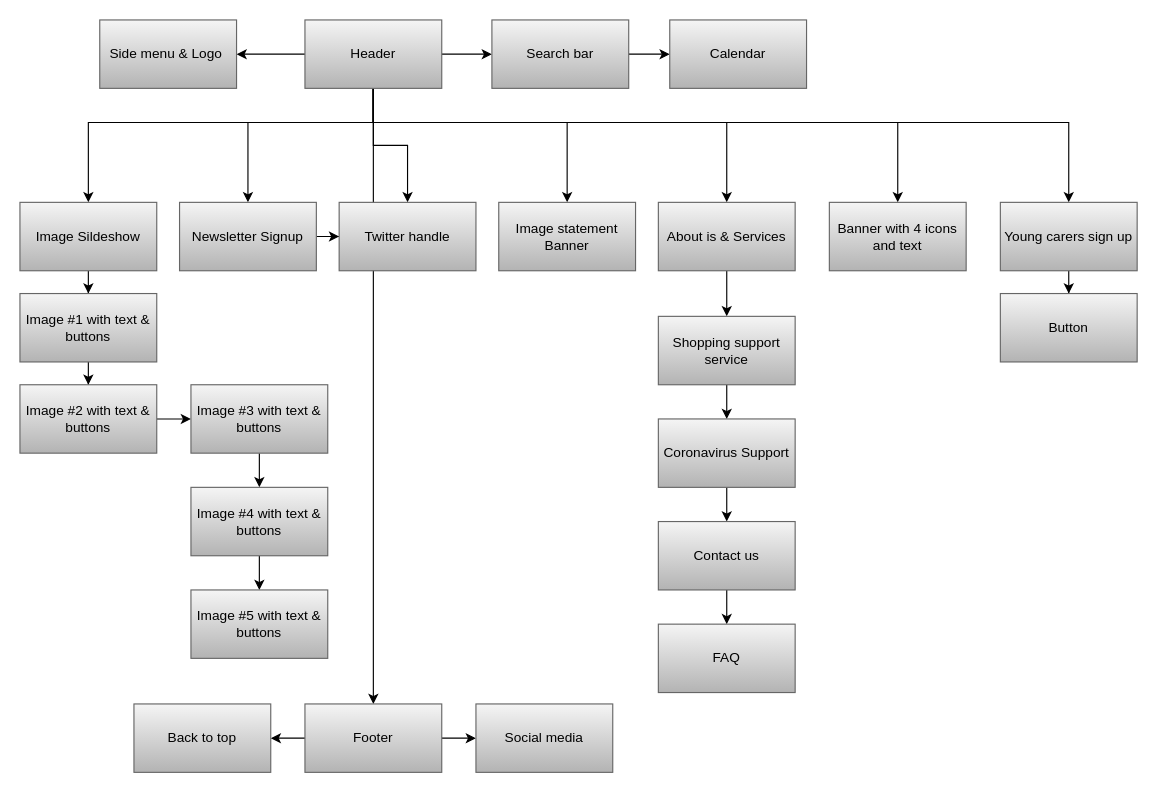
Before: Untitled Diagram.drawio in Wasicool2/timeManager, a draw.io diagram. Source tidied: cells renumbered, new cells numbered last; positions are measured from the earlier drawing's top-left corner, leaving out a move shared by most shapes. Both pictures are drawn from the tidied source at 114%, with x=0, y=0 at pixel (19, 19).
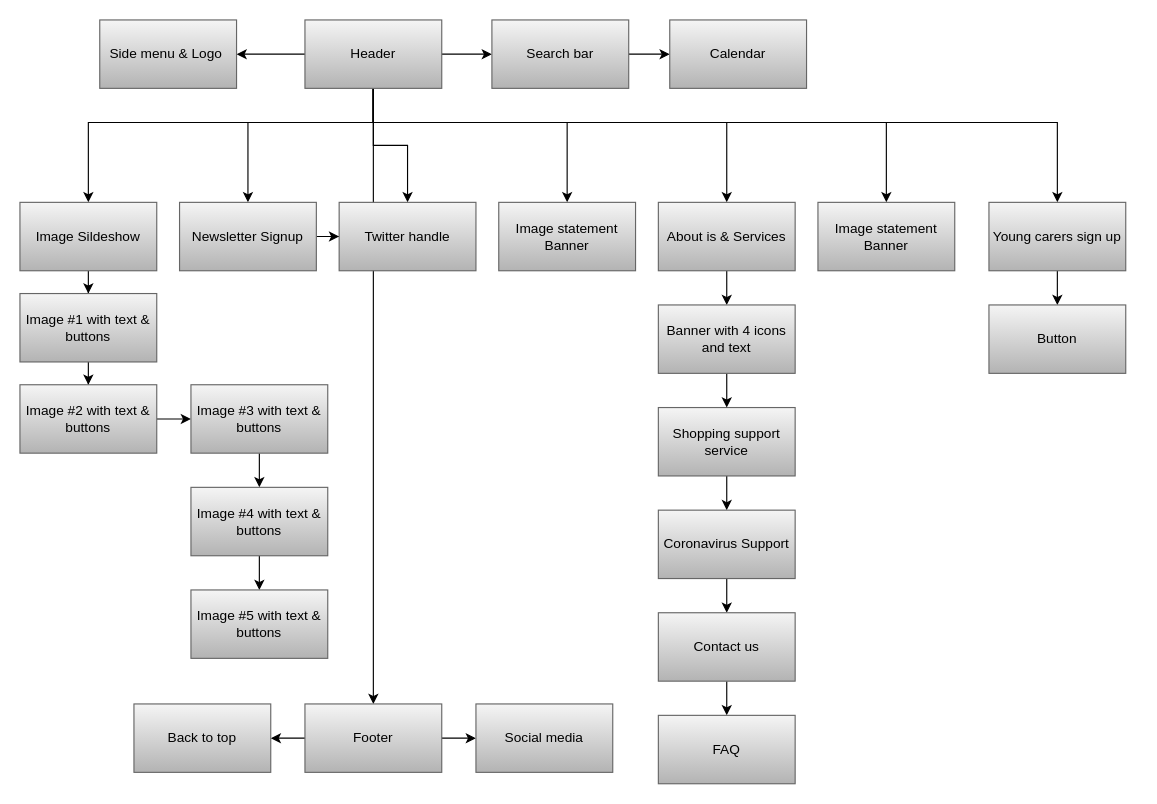
The same diagram, later.

Unchanged cells that the change refers to:
```xml
<mxCell id="12" value="Header" style="rounded=0;whiteSpace=wrap;html=1;fillColor=#f5f5f5;strokeColor=#666666;gradientColor=#b3b3b3;" parent="1" vertex="1">
  <mxGeometry x="250" width="120" height="60" as="geometry" />
</mxCell>
<mxCell id="33" value="About is &amp;amp; Services" style="rounded=0;whiteSpace=wrap;html=1;gradientColor=#b3b3b3;fillColor=#f5f5f5;strokeColor=#666666;" parent="1" vertex="1">
  <mxGeometry x="560" y="160" width="120" height="60" as="geometry" />
</mxCell>
```

Diff of the diagram source:
```diff
@@
-    <mxCell id="10" style="edgeStyle=orthogonalEdgeStyle;rounded=0;jettySize=auto;html=1;entryX=0.5;entryY=0;entryDx=0;entryDy=0;" parent="1" edge="1" source="12" target="46">
-      <mxGeometry relative="1" as="geometry">
-        <Array as="points">
-          <mxPoint x="310" y="90" />
-          <mxPoint x="770" y="90" />
-        </Array>
-      </mxGeometry>
-    </mxCell>
     <mxCell id="11" style="edgeStyle=orthogonalEdgeStyle;rounded=0;jettySize=auto;html=1;entryX=0.5;entryY=0;entryDx=0;entryDy=0;" parent="1" edge="1" source="12" target="48">
       <mxGeometry relative="1" as="geometry">
         <Array as="points">
           <mxPoint x="310" y="90" />
-          <mxPoint x="920" y="90" />
+          <mxPoint x="910" y="90" />
         </Array>
       </mxGeometry>
     </mxCell>
+    <mxCell id="50" style="edgeStyle=orthogonalEdgeStyle;rounded=0;jettySize=auto;html=1;entryX=0.5;entryY=0;entryDx=0;entryDy=0;" parent="1" edge="1" source="12" target="53">
+      <mxGeometry relative="1" as="geometry">
+        <Array as="points">
+          <mxPoint x="310" y="90" />
+          <mxPoint x="760" y="90" />
+        </Array>
+      </mxGeometry>
+    </mxCell>
@@
-    <mxCell id="32" style="edgeStyle=orthogonalEdgeStyle;rounded=0;jettySize=auto;html=1;" parent="1" edge="1" source="33" target="35">
-      <mxGeometry relative="1" as="geometry" />
-    </mxCell>
+    <mxCell id="51" style="edgeStyle=orthogonalEdgeStyle;rounded=0;jettySize=auto;html=1;" parent="1" edge="1" source="33" target="46">
+      <mxGeometry relative="1" as="geometry" />
+    </mxCell>
@@
     <mxCell id="35" value="Shopping support service" style="rounded=0;whiteSpace=wrap;html=1;gradientColor=#b3b3b3;fillColor=#f5f5f5;strokeColor=#666666;" parent="1" vertex="1">
-      <mxGeometry x="560" y="260" width="120" height="60" as="geometry" />
+      <mxGeometry x="560" y="340" width="120" height="60" as="geometry" />
     </mxCell>
@@
     <mxCell id="37" value="Coronavirus Support" style="rounded=0;whiteSpace=wrap;html=1;gradientColor=#b3b3b3;fillColor=#f5f5f5;strokeColor=#666666;" parent="1" vertex="1">
-      <mxGeometry x="560" y="350" width="120" height="60" as="geometry" />
+      <mxGeometry x="560" y="430" width="120" height="60" as="geometry" />
     </mxCell>
@@
     <mxCell id="39" value="Contact us" style="rounded=0;whiteSpace=wrap;html=1;gradientColor=#b3b3b3;fillColor=#f5f5f5;strokeColor=#666666;" parent="1" vertex="1">
-      <mxGeometry x="560" y="440" width="120" height="60" as="geometry" />
+      <mxGeometry x="560" y="520" width="120" height="60" as="geometry" />
     </mxCell>
     <mxCell id="40" value="FAQ" style="rounded=0;whiteSpace=wrap;html=1;gradientColor=#b3b3b3;fillColor=#f5f5f5;strokeColor=#666666;" parent="1" vertex="1">
-      <mxGeometry x="560" y="530" width="120" height="60" as="geometry" />
+      <mxGeometry x="560" y="610" width="120" height="60" as="geometry" />
     </mxCell>
@@
+    <mxCell id="52" style="edgeStyle=orthogonalEdgeStyle;rounded=0;jettySize=auto;html=1;" parent="1" edge="1" source="46" target="35">
+      <mxGeometry relative="1" as="geometry" />
+    </mxCell>
     <mxCell id="46" value="Banner with 4 icons and text" style="rounded=0;whiteSpace=wrap;html=1;gradientColor=#b3b3b3;fillColor=#f5f5f5;strokeColor=#666666;" parent="1" vertex="1">
-      <mxGeometry x="710" y="160" width="120" height="60" as="geometry" />
+      <mxGeometry x="560" y="250" width="120" height="60" as="geometry" />
     </mxCell>
@@
     <mxCell id="48" value="Young carers sign up" style="rounded=0;whiteSpace=wrap;html=1;gradientColor=#b3b3b3;fillColor=#f5f5f5;strokeColor=#666666;" parent="1" vertex="1">
-      <mxGeometry x="860" y="160" width="120" height="60" as="geometry" />
+      <mxGeometry x="850" y="160" width="120" height="60" as="geometry" />
     </mxCell>
     <mxCell id="49" value="Button" style="rounded=0;whiteSpace=wrap;html=1;gradientColor=#b3b3b3;fillColor=#f5f5f5;strokeColor=#666666;" parent="1" vertex="1">
-      <mxGeometry x="860" y="240" width="120" height="60" as="geometry" />
+      <mxGeometry x="850" y="250" width="120" height="60" as="geometry" />
     </mxCell>
+    <mxCell id="53" value="Image statement Banner" style="rounded=0;whiteSpace=wrap;html=1;gradientColor=#b3b3b3;fillColor=#f5f5f5;strokeColor=#666666;" parent="1" vertex="1">
+      <mxGeometry x="700" y="160" width="120" height="60" as="geometry" />
+    </mxCell>
```
